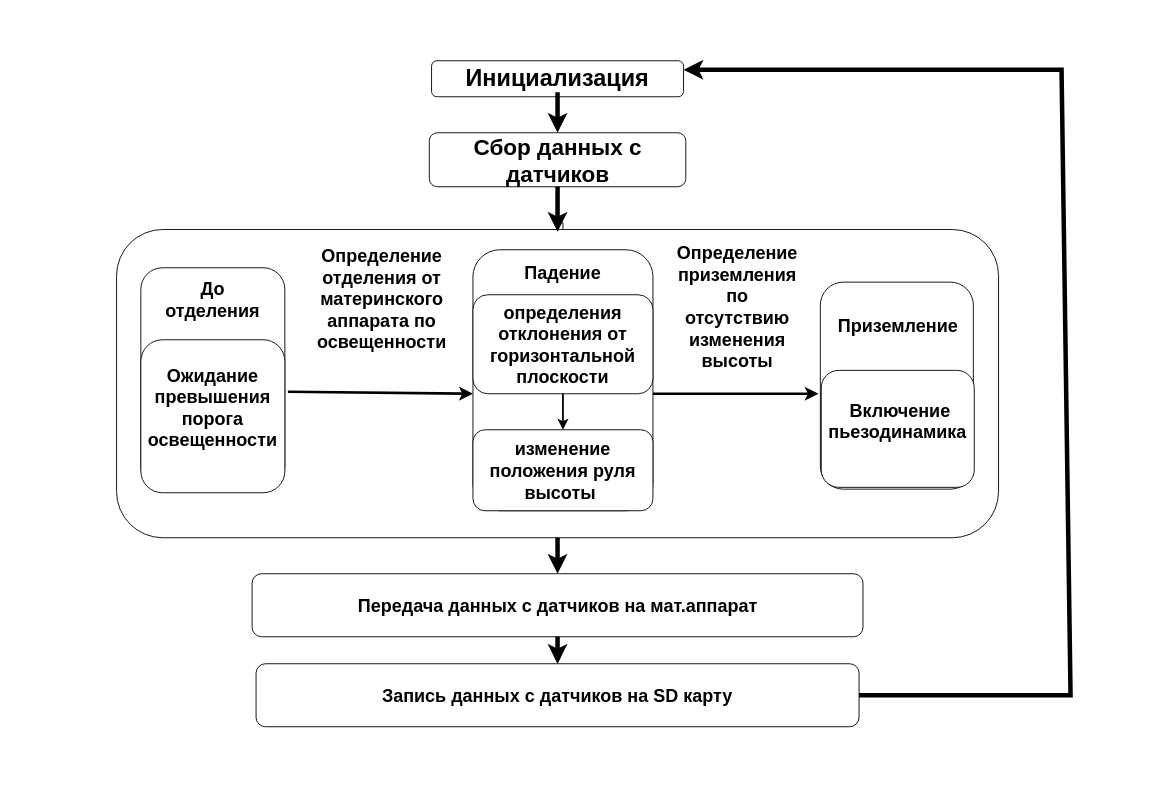
Above: doc/алгоритм работы аппарата да.drawio in cansat-tsniimash/cansat-KNPN-S (draw.io), before the change. Source tidied: cells renumbered, new cells numbered last; positions are measured from the earlier drawing's top-left corner, leaving out a move shared by most shapes. Both pictures are drawn from the tidied source at 90%, with x=0, y=0 at pixel (26, 15).
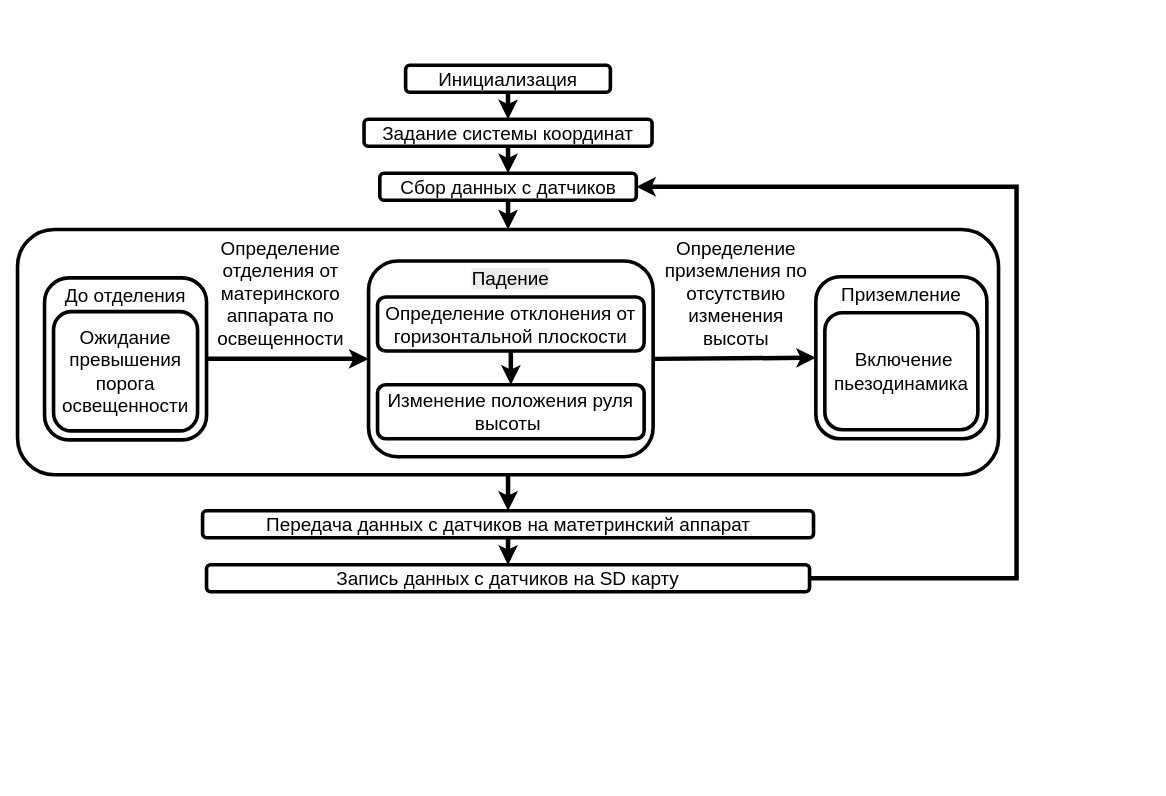
After the change.

What changed in the source:
```diff
@@
-    <mxCell id="2" style="rounded=1;whiteSpace=wrap;html=1;fillColor=#ffffff;strokeColor=none;strokeWidth=11;" parent="1" vertex="1">
-      <mxGeometry width="1250" height="850" as="geometry" />
-    </mxCell>
-    <mxCell id="3" style="rounded=1;whiteSpace=wrap;html=1;fillColor=default;" parent="1" vertex="1">
-      <mxGeometry x="450" y="50" width="280" height="40" as="geometry" />
+    <mxCell id="3" value="Задание системы координат" style="rounded=1;whiteSpace=wrap;html=1;fillColor=default;fontSize=21;fontStyle=0;strokeWidth=4;" parent="1" vertex="1">
+      <mxGeometry x="375" y="115" width="320" height="30" as="geometry" />
     </mxCell>
-    <mxCell id="4" value="&lt;b&gt;Инициализация&lt;/b&gt;" style="text;html=1;align=center;verticalAlign=middle;whiteSpace=wrap;rounded=0;fontSize=26;" parent="1" vertex="1">
-      <mxGeometry x="560" y="55" width="60" height="30" as="geometry" />
-    </mxCell>
-    <mxCell id="5" style="edgeStyle=orthogonalEdgeStyle;rounded=0;jettySize=auto;html=1;" parent="1" edge="1" source="6" target="13">
-      <mxGeometry relative="1" as="geometry" />
-    </mxCell>
-    <mxCell id="6" value="&lt;b&gt;&lt;font style=&quot;font-size: 25px;&quot;&gt;Сбор данных с датчиков&lt;/font&gt;&lt;/b&gt;" style="rounded=1;whiteSpace=wrap;html=1;fillColor=default;" parent="1" vertex="1">
-      <mxGeometry x="447.5" y="130" width="285" height="60" as="geometry" />
+    <mxCell id="6" value="&lt;span&gt;&lt;font&gt;Сбор данных с датчиков&lt;/font&gt;&lt;/span&gt;" style="rounded=1;whiteSpace=wrap;html=1;fillColor=default;fontSize=21;fontStyle=0;strokeWidth=4;" parent="1" vertex="1">
+      <mxGeometry x="392.5" y="175" width="285" height="30" as="geometry" />
     </mxCell>
-    <mxCell id="7" style="rounded=1;whiteSpace=wrap;html=1;fillColor=default;" parent="1" vertex="1">
-      <mxGeometry x="100" y="237.5" width="980" height="342.5" as="geometry" />
+    <mxCell id="7" style="rounded=1;whiteSpace=wrap;html=1;fillColor=default;strokeWidth=4;" parent="1" vertex="1">
+      <mxGeometry x="-10" y="237.5" width="1090" height="272.5" as="geometry" />
     </mxCell>
@@
-    <mxCell id="9" value="&lt;span&gt;&lt;b&gt;Передача данных с датчиков на мат.аппарат&lt;/b&gt;&lt;/span&gt;" style="rounded=1;whiteSpace=wrap;html=1;fillColor=default;fontSize=20;" parent="1" vertex="1">
-      <mxGeometry x="250.6" y="620" width="678.8" height="70" as="geometry" />
+    <mxCell id="9" value="&lt;span&gt;&lt;span&gt;Передача данных с датчиков на матетринский аппарат&lt;/span&gt;&lt;/span&gt;" style="rounded=1;whiteSpace=wrap;html=1;fillColor=default;fontSize=21;fontStyle=0;strokeWidth=4;" parent="1" vertex="1">
+      <mxGeometry x="195.6" y="550" width="678.8" height="30" as="geometry" />
     </mxCell>
-    <mxCell id="10" value="&lt;b&gt;&lt;font&gt;Запись данных с датчиков на SD карту&lt;/font&gt;&lt;/b&gt;" style="rounded=1;whiteSpace=wrap;html=1;fillColor=default;fontSize=20;" parent="1" vertex="1">
-      <mxGeometry x="255" y="720" width="670" height="70" as="geometry" />
+    <mxCell id="10" value="&lt;span&gt;&lt;font&gt;Запись данных с датчиков на SD карту&lt;/font&gt;&lt;/span&gt;" style="rounded=1;whiteSpace=wrap;html=1;fillColor=default;fontSize=21;fontStyle=0;strokeWidth=4;" parent="1" vertex="1">
+      <mxGeometry x="200" y="610" width="670" height="30" as="geometry" />
     </mxCell>
-    <mxCell id="11" style="rounded=1;whiteSpace=wrap;html=1;" parent="1" vertex="1">
-      <mxGeometry x="496" y="260" width="200" height="290" as="geometry" />
+    <mxCell id="11" value="&lt;span style=&quot;color: rgb(0, 0, 0); font-family: Helvetica; font-style: normal; font-variant-ligatures: normal; font-variant-caps: normal; letter-spacing: normal; orphans: 2; text-align: center; text-indent: 0px; text-transform: none; widows: 2; word-spacing: 0px; -webkit-text-stroke-width: 0px; white-space: normal; background-color: rgb(236, 236, 236); text-decoration-thickness: initial; text-decoration-style: initial; text-decoration-color: initial; float: none; display: inline !important;&quot;&gt;Падение&lt;/span&gt;&lt;div&gt;&lt;br/&gt;&lt;/div&gt;" style="rounded=1;whiteSpace=wrap;html=1;verticalAlign=top;fontSize=21;fontStyle=0;strokeWidth=4;" parent="1" vertex="1">
+      <mxGeometry x="380" y="272.5" width="316.2" height="217.5" as="geometry" />
     </mxCell>
-    <mxCell id="12" style="rounded=1;whiteSpace=wrap;html=1;" parent="1" vertex="1">
-      <mxGeometry x="882" y="296" width="170" height="230" as="geometry" />
+    <mxCell id="12" value="&lt;span style=&quot;&quot;&gt;Приземление&lt;/span&gt;" style="rounded=1;whiteSpace=wrap;html=1;verticalAlign=top;fontSize=21;fontStyle=0;strokeWidth=4;" parent="1" vertex="1">
+      <mxGeometry x="877" y="290" width="190" height="180" as="geometry" />
     </mxCell>
-    <mxCell id="13" value="Падение" style="text;html=1;align=center;verticalAlign=middle;whiteSpace=wrap;rounded=0;fontStyle=1;fontSize=20;" parent="1" vertex="1">
-      <mxGeometry x="566" y="270" width="60" height="30" as="geometry" />
-    </mxCell>
-    <mxCell id="14" value="&lt;span style=&quot;font-weight: 700;&quot;&gt;определения отклонения от горизонтальной плоскости&lt;/span&gt;" style="rounded=1;whiteSpace=wrap;html=1;fontSize=20;" parent="1" vertex="1">
-      <mxGeometry x="496" y="310" width="200" height="110" as="geometry" />
+    <mxCell id="14" value="&lt;span style=&quot;&quot;&gt;Определение отклонения от горизонтальной плоскости&lt;/span&gt;" style="rounded=1;whiteSpace=wrap;html=1;fontSize=21;fontStyle=0;strokeWidth=4;" parent="1" vertex="1">
+      <mxGeometry x="390" y="312.5" width="296.2" height="60" as="geometry" />
     </mxCell>
-    <mxCell id="15" value="Приземление" style="text;html=1;align=center;verticalAlign=middle;whiteSpace=wrap;rounded=0;fontStyle=1;fontSize=20;" parent="1" vertex="1">
-      <mxGeometry x="920.5" y="328.5" width="95" height="30" as="geometry" />
-    </mxCell>
-    <mxCell id="16" style="rounded=1;whiteSpace=wrap;html=1;" parent="1" vertex="1">
-      <mxGeometry x="883" y="394" width="170" height="130" as="geometry" />
+    <mxCell id="16" value="&lt;span style=&quot;font-size: 21px;&quot;&gt;&amp;nbsp;Включение пьезодинамика&lt;/span&gt;" style="rounded=1;whiteSpace=wrap;html=1;strokeWidth=4;" parent="1" vertex="1">
+      <mxGeometry x="887" y="330" width="170" height="130" as="geometry" />
     </mxCell>
-    <mxCell id="17" value="&amp;nbsp;Включение пьезодинамика" style="text;html=1;align=center;verticalAlign=middle;whiteSpace=wrap;rounded=0;fontStyle=1;fontSize=20;" parent="1" vertex="1">
-      <mxGeometry x="928" y="430" width="80" height="40" as="geometry" />
-    </mxCell>
-    <mxCell id="18" value="Определение приземления по отсутствию изменения высоты" style="text;html=1;align=center;verticalAlign=middle;whiteSpace=wrap;rounded=0;fontStyle=1;fontSize=20;" parent="1" vertex="1">
-      <mxGeometry x="750" y="300" width="80" height="45" as="geometry" />
+    <mxCell id="18" value="Определение приземления по отсутствию изменения высоты" style="text;html=1;align=center;verticalAlign=middle;whiteSpace=wrap;rounded=0;fontStyle=0;fontSize=21;" parent="1" vertex="1">
+      <mxGeometry x="697" y="247.5" width="183" height="120" as="geometry" />
     </mxCell>
-    <mxCell id="19" style="rounded=1;whiteSpace=wrap;html=1;" parent="1" vertex="1">
-      <mxGeometry x="127" y="280" width="160" height="245" as="geometry" />
+    <mxCell id="19" value="&lt;span style=&quot;&quot;&gt;До отделения&lt;/span&gt;" style="rounded=1;whiteSpace=wrap;html=1;verticalAlign=top;fontSize=21;fontStyle=0;strokeWidth=4;" parent="1" vertex="1">
+      <mxGeometry x="20" y="291.2" width="180" height="180" as="geometry" />
     </mxCell>
-    <mxCell id="20" value="До отделения" style="text;html=1;align=center;verticalAlign=middle;whiteSpace=wrap;rounded=0;fontStyle=1;fontSize=20;" parent="1" vertex="1">
-      <mxGeometry x="177" y="300" width="60" height="30" as="geometry" />
-    </mxCell>
-    <mxCell id="21" style="rounded=1;whiteSpace=wrap;html=1;" parent="1" vertex="1">
-      <mxGeometry x="127" y="360" width="160" height="170" as="geometry" />
+    <mxCell id="21" value="&lt;div&gt;&lt;span style=&quot;&quot;&gt;Ожидание превышения порога освещенности&lt;/span&gt;&lt;/div&gt;" style="rounded=1;whiteSpace=wrap;html=1;fontSize=21;fontStyle=0;strokeWidth=4;" parent="1" vertex="1">
+      <mxGeometry x="30" y="328.8" width="160" height="132.5" as="geometry" />
     </mxCell>
-    <mxCell id="22" value="Ожидание превышения порога освещенности" style="text;html=1;align=center;verticalAlign=middle;whiteSpace=wrap;rounded=0;fontStyle=1;fontSize=20;" parent="1" vertex="1">
-      <mxGeometry x="182" y="400" width="50" height="70" as="geometry" />
-    </mxCell>
-    <mxCell id="23" value="Определение отделения от материнского аппарата по освещенности" style="text;html=1;align=center;verticalAlign=middle;whiteSpace=wrap;rounded=0;fontStyle=1;fontSize=20;" parent="1" vertex="1">
-      <mxGeometry x="350" y="268.5" width="90" height="90" as="geometry" />
+    <mxCell id="23" value="Определение отделения от материнского аппарата по освещенности" style="text;html=1;align=center;verticalAlign=middle;whiteSpace=wrap;rounded=0;fontStyle=0;fontSize=21;" parent="1" vertex="1">
+      <mxGeometry x="172.7" y="262.5" width="218.5" height="90" as="geometry" />
     </mxCell>
-    <mxCell id="24" value="&lt;span style=&quot;font-weight: 700;&quot;&gt;&lt;font style=&quot;font-size: 20px;&quot;&gt;изменение положения руля высоты&amp;nbsp;&lt;/font&gt;&lt;/span&gt;" style="rounded=1;whiteSpace=wrap;html=1;fontSize=15;" parent="1" vertex="1">
-      <mxGeometry x="496" y="460" width="200" height="90" as="geometry" />
+    <mxCell id="24" value="Изменение положения руля высоты&amp;nbsp;" style="rounded=1;whiteSpace=wrap;html=1;fontSize=21;fontStyle=0;strokeWidth=4;" parent="1" vertex="1">
+      <mxGeometry x="390" y="410" width="296.2" height="60" as="geometry" />
     </mxCell>
-    <mxCell id="25" style="endArrow=classic;html=1;rounded=0;exitX=0.5;exitY=1;exitDx=0;exitDy=0;fontSize=15;strokeWidth=2;entryX=0.5;entryY=0;entryDx=0;entryDy=0;" parent="1" edge="1" source="14" target="24">
+    <mxCell id="25" style="endArrow=classic;html=1;rounded=0;exitX=0.5;exitY=1;exitDx=0;exitDy=0;fontSize=15;strokeWidth=5;entryX=0.5;entryY=0;entryDx=0;entryDy=0;" parent="1" edge="1" source="14" target="24">
       <mxGeometry relative="1" as="geometry" />
     </mxCell>
-    <mxCell id="26" style="endArrow=classic;html=1;rounded=0;strokeColor=#000000;strokeWidth=5;exitX=0.5;exitY=1;exitDx=0;exitDy=0;entryX=0.5;entryY=0;entryDx=0;entryDy=0;" parent="1" edge="1" source="4" target="6">
+    <mxCell id="26" style="endArrow=classic;html=1;rounded=0;strokeColor=#000000;strokeWidth=5;exitX=0.5;exitY=1;exitDx=0;exitDy=0;entryX=0.5;entryY=0;entryDx=0;entryDy=0;" parent="1" edge="1" source="3" target="6">
       <mxGeometry relative="1" as="geometry" />
     </mxCell>
-    <mxCell id="27" style="endArrow=classic;html=1;rounded=0;strokeColor=#000000;strokeWidth=5;exitX=0.5;exitY=1;exitDx=0;exitDy=0;" parent="1" edge="1" source="6">
-      <mxGeometry relative="1" as="geometry">
-        <mxPoint x="590" y="240" as="targetPoint" />
-      </mxGeometry>
+    <mxCell id="27" style="endArrow=classic;html=1;rounded=0;strokeColor=#000000;strokeWidth=5;exitX=0.5;exitY=1;exitDx=0;exitDy=0;entryX=0.5;entryY=0;entryDx=0;entryDy=0;" parent="1" edge="1" source="6" target="7">
+      <mxGeometry relative="1" as="geometry" />
     </mxCell>
@@
-    <mxCell id="30" style="endArrow=classic;html=1;rounded=0;strokeColor=#000000;strokeWidth=5;exitX=1;exitY=0.5;exitDx=0;exitDy=0;entryX=1;entryY=0.25;entryDx=0;entryDy=0;" parent="1" edge="1" source="10" target="3">
+    <mxCell id="30" style="endArrow=classic;html=1;rounded=0;strokeColor=#000000;strokeWidth=5;exitX=1;exitY=0.5;exitDx=0;exitDy=0;edgeStyle=orthogonalEdgeStyle;entryX=1;entryY=0.5;entryDx=0;entryDy=0;" parent="1" edge="1" source="10" target="6">
       <mxGeometry relative="1" as="geometry">
         <Array as="points">
-          <mxPoint x="1160" y="755" />
-          <mxPoint x="1150" y="60" />
+          <mxPoint x="1100" y="625" />
+          <mxPoint x="1100" y="190" />
         </Array>
       </mxGeometry>
     </mxCell>
-    <mxCell id="31" style="endArrow=classic;html=1;rounded=0;exitX=1.021;exitY=0.34;exitDx=0;exitDy=0;exitPerimeter=0;entryX=0;entryY=1;entryDx=0;entryDy=0;strokeWidth=3;" parent="1" edge="1" source="21" target="14">
+    <mxCell id="31" style="endArrow=classic;html=1;rounded=0;exitX=1;exitY=0.5;exitDx=0;exitDy=0;strokeWidth=5;entryX=0;entryY=0.5;entryDx=0;entryDy=0;" parent="1" edge="1" source="19" target="11">
       <mxGeometry relative="1" as="geometry" />
     </mxCell>
-    <mxCell id="32" style="endArrow=classic;html=1;rounded=0;exitX=1;exitY=1;exitDx=0;exitDy=0;strokeWidth=3;" parent="1" edge="1" source="14">
-      <mxGeometry relative="1" as="geometry">
-        <mxPoint x="880" y="420" as="targetPoint" />
-      </mxGeometry>
+    <mxCell id="32" style="endArrow=classic;html=1;rounded=0;strokeWidth=5;entryX=0;entryY=0.5;entryDx=0;entryDy=0;exitX=1;exitY=0.5;exitDx=0;exitDy=0;" parent="1" edge="1" source="11" target="12">
+      <mxGeometry relative="1" as="geometry" />
     </mxCell>
+    <mxCell id="33" style="edgeStyle=orthogonalEdgeStyle;rounded=0;jettySize=auto;html=1;exitX=0.5;exitY=1;exitDx=0;exitDy=0;strokeWidth=5;" parent="1" edge="1" source="4" target="3">
+      <mxGeometry relative="1" as="geometry" />
+    </mxCell>
+    <mxCell id="4" value="&lt;span&gt;Инициализация&lt;/span&gt;" style="rounded=1;whiteSpace=wrap;html=1;fillColor=default;fontSize=21;fontStyle=0;strokeWidth=4;" parent="1" vertex="1">
+      <mxGeometry x="421.2" y="55" width="227.5" height="30" as="geometry" />
+    </mxCell>
```
